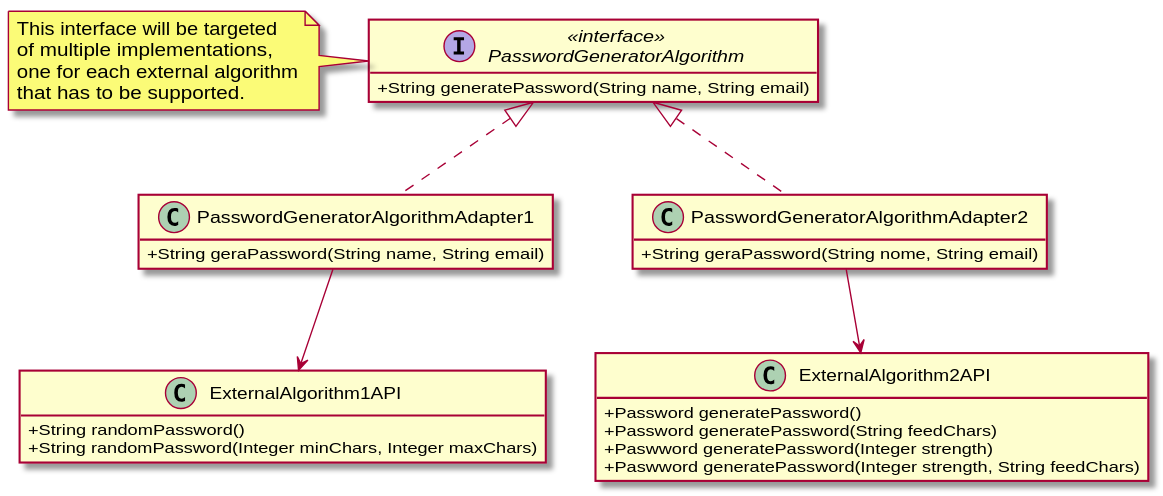
Above: docs/UC7 - Add New Organization/UC7_CD_PWD.svg in pedrolemos4/LAPR2 (PlantUML), before the change.
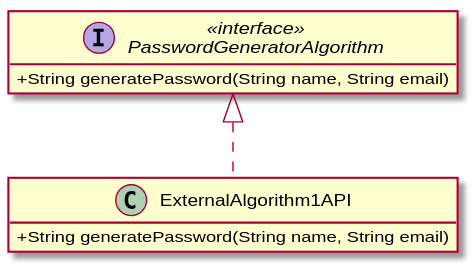
The same diagram one commit later.

What changed in the source:
```diff
@@ -1,13 +1,6 @@
 @startuml
 skinparam classAttributeIconSize 0
 hide attributes
-
-note left of PasswordGeneratorAlgorithm
-This interface will be targeted
-of multiple implementations,
-one for each external algorithm
-that has to be supported.
-end note
 
 interface PasswordGeneratorAlgorithm << interface >>
 {
@@ -15,33 +8,10 @@
 }
 
 
-class PasswordGeneratorAlgorithmAdapter1
+class ExternalAlgorithm1API
 {
-+String geraPassword(String name, String email)
+    +String generatePassword(String name, String email)
 }
 
-class ExternalAlgorithm1API
-{
-    +String randomPassword()
-    +String randomPassword(Integer minChars, Integer maxChars)
-}
-
-PasswordGeneratorAlgorithm <|.. PasswordGeneratorAlgorithmAdapter1
-PasswordGeneratorAlgorithmAdapter1 -d->  ExternalAlgorithm1API
-
-class PasswordGeneratorAlgorithmAdapter2
-{
-+String geraPassword(String nome, String email)
-}
-
-class ExternalAlgorithm2API
-{
-    +Password generatePassword()
-    +Password generatePassword(String feedChars)
-    +Paswword generatePassword(Integer strength)
-    +Paswword generatePassword(Integer strength, String feedChars)
-}
-
-PasswordGeneratorAlgorithm <|.. PasswordGeneratorAlgorithmAdapter2
-PasswordGeneratorAlgorithmAdapter2 -d->  ExternalAlgorithm2API
+PasswordGeneratorAlgorithm <|.. ExternalAlgorithm1API
 @enduml
```
